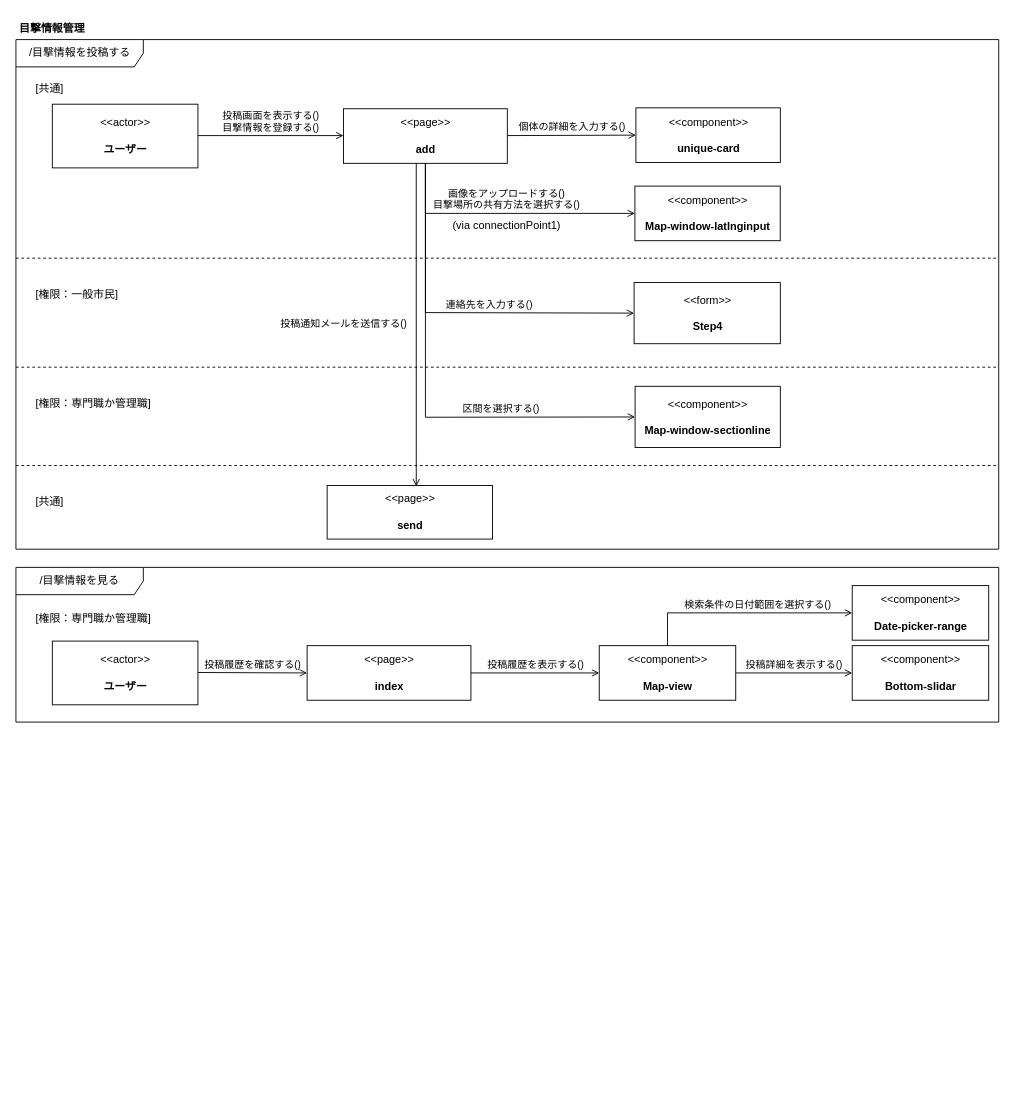
This is page "コンポーネントとアクション" (4 of 7) of Iriomote.drawio from kaoru387/draw.io, a draw.io file, before an edit. Source tidied: cells renumbered, new cells numbered last; positions are measured from the earlier drawing's top-left corner, leaving out a move shared by most shapes. Both pictures are drawn from the tidied source at 91%, with x=0, y=0 at pixel (15, 15).
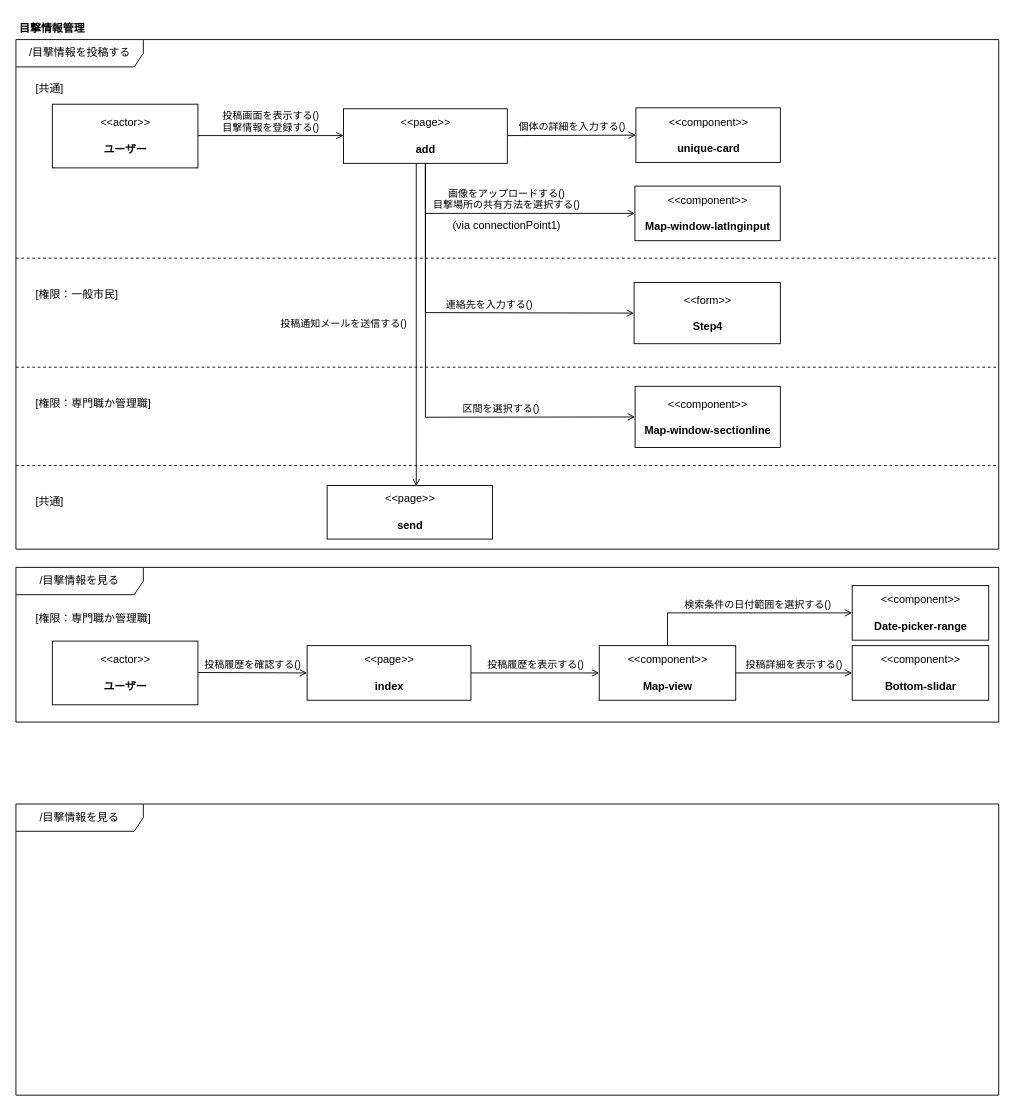
The same page after the edit.

Commit message:
Iriomote.drawio を更新します

Change to the diagram source:
```diff
@@
+    <mxCell id="34" value="/目撃情報を見る" style="shape=umlFrame;whiteSpace=wrap;html=1;width=140;height=30;" parent="1" vertex="1">
+      <mxGeometry y="866" width="1080" height="320" as="geometry" />
+    </mxCell>
```
